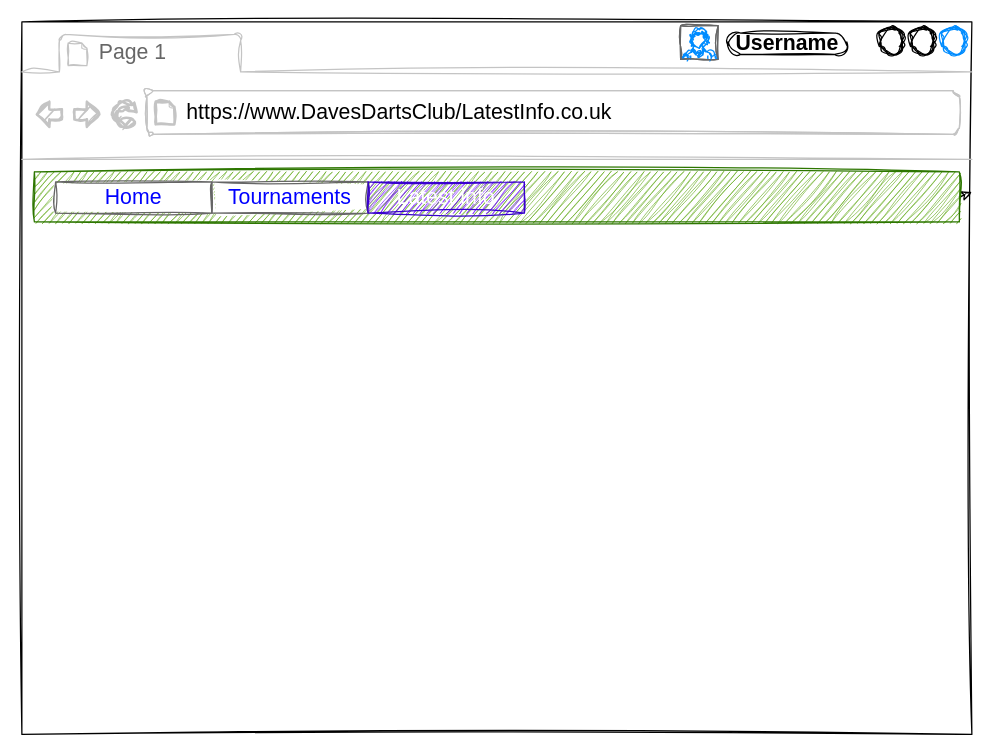
Before: page "Latest info" (4 of 5) of docs/Design.drawio in davechampion-dev/DavesDartsClub, a draw.io diagram. Source tidied: cells renumbered, new cells numbered last; positions are measured from the earlier drawing's top-left corner, leaving out a move shared by most shapes. Both pictures are drawn from the tidied source at 125%, with x=0, y=0 at pixel (21, 21).
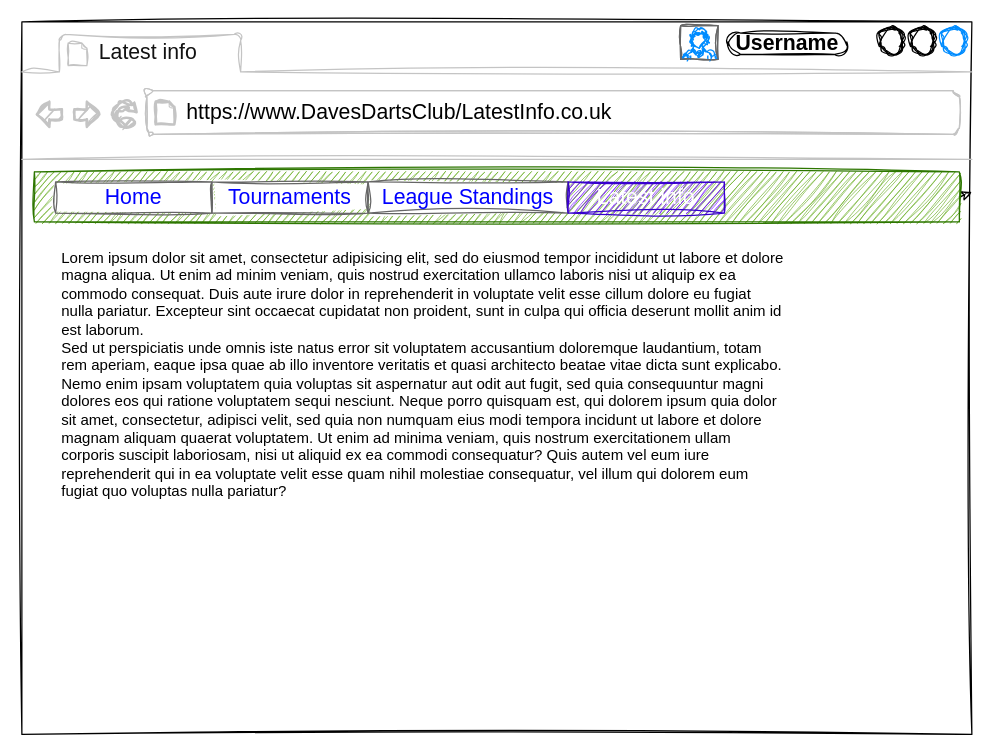
Above is the later version.

Change to the diagram source:
```diff
@@
 <mxGraphModel>
   <root>
     <mxCell id="0" />
     <mxCell id="1" parent="0" />
     <mxCell id="2" style="strokeWidth=1;shadow=0;dashed=0;align=center;html=1;shape=mxgraph.mockup.containers.browserWindow;rSize=0;strokeColor2=#008cff;strokeColor3=#c4c4c4;mainText=,;sketch=1;curveFitting=1;jiggle=2;" parent="1" vertex="1">
       <mxGeometry width="760" height="570" as="geometry" />
     </mxCell>
-    <mxCell id="3" value="Page 1" style="strokeWidth=1;shadow=0;dashed=0;align=center;html=1;shape=mxgraph.mockup.containers.anchor;fontSize=17;fontColor=#666666;align=left;whiteSpace=wrap;sketch=1;curveFitting=1;jiggle=2;" parent="2" vertex="1">
+    <mxCell id="3" value="&lt;span style=&quot;color: rgb(18, 18, 18); text-align: center;&quot;&gt;Latest info&lt;/span&gt;" style="strokeWidth=1;shadow=0;dashed=0;align=center;html=1;shape=mxgraph.mockup.containers.anchor;fontSize=17;fontColor=#666666;align=left;whiteSpace=wrap;sketch=1;curveFitting=1;jiggle=2;" parent="2" vertex="1">
       <mxGeometry x="60" y="12" width="110" height="26" as="geometry" />
     </mxCell>
     <mxCell id="4" value="&lt;font style=&quot;color: light-dark(rgb(0, 0, 0), rgb(255, 255, 255));&quot;&gt;&lt;span style=&quot;text-align: center; background-color: transparent;&quot;&gt;https://www.DavesDartsClub/LatestInfo&lt;/span&gt;&lt;span style=&quot;text-align: center; background-color: transparent;&quot;&gt;.co.uk&lt;/span&gt;&lt;/font&gt;" style="strokeWidth=1;shadow=0;dashed=0;align=center;html=1;shape=mxgraph.mockup.containers.anchor;rSize=0;fontSize=17;fontColor=#666666;align=left;sketch=1;curveFitting=1;jiggle=2;" parent="2" vertex="1">
       <mxGeometry x="130" y="60" width="370" height="26" as="geometry" />
     </mxCell>
     <mxCell id="5" style="verticalLabelPosition=bottom;shadow=0;dashed=0;align=center;html=1;verticalAlign=top;strokeWidth=1;shape=mxgraph.mockup.containers.userMale;strokeColor=#666666;strokeColor2=#008cff;sketch=1;curveFitting=1;jiggle=2;" parent="2" vertex="1">
       <mxGeometry x="527" y="3" width="30" height="27" as="geometry" />
     </mxCell>
     <mxCell id="6" style="edgeStyle=none;html=1;exitX=1;exitY=0.5;exitDx=0;exitDy=0;sketch=1;curveFitting=1;jiggle=2;" parent="2" edge="1" source="7" target="2">
       <mxGeometry relative="1" as="geometry" />
     </mxCell>
     <mxCell id="7" style="rounded=0;whiteSpace=wrap;html=1;fillColor=#60a917;fontColor=#ffffff;strokeColor=#2D7600;sketch=1;curveFitting=1;jiggle=2;" parent="2" vertex="1">
       <mxGeometry x="10" y="120" width="740" height="40" as="geometry" />
     </mxCell>
     <mxCell id="8" value="Username" style="strokeWidth=1;shadow=0;dashed=0;align=center;html=1;shape=mxgraph.mockup.buttons.button;mainText=;buttonStyle=round;fontSize=17;fontStyle=1;whiteSpace=wrap;sketch=1;curveFitting=1;jiggle=2;" parent="2" vertex="1">
       <mxGeometry x="565" y="9" width="95" height="17" as="geometry" />
     </mxCell>
     <mxCell id="9" style="swimlane;shape=mxgraph.bootstrap.anchor;strokeColor=#666666;fillColor=#ffffff;fontColor=#0000FF;fontStyle=0;horizontal=0;startSize=0;whiteSpace=wrap;html=1;sketch=1;curveFitting=1;jiggle=2;" parent="2" vertex="1">
-      <mxGeometry x="27" y="128" width="375" height="25" as="geometry" />
+      <mxGeometry x="27" y="128" width="535" height="25" as="geometry" />
     </mxCell>
     <mxCell id="10" value="Home" style="text;strokeColor=inherit;align=center;verticalAlign=middle;spacingLeft=10;spacingRight=10;overflow=hidden;whiteSpace=wrap;html=1;fillColor=inherit;fontColor=inherit;fontSize=17;sketch=1;curveFitting=1;jiggle=2;" parent="9" vertex="1">
       <mxGeometry width="125" height="25" as="geometry" />
     </mxCell>
     <mxCell id="11" value="Tournaments" style="text;strokeColor=inherit;align=center;verticalAlign=middle;spacingLeft=10;spacingRight=10;overflow=hidden;whiteSpace=wrap;html=1;fillColor=inherit;fontColor=inherit;fontSize=17;sketch=1;curveFitting=1;jiggle=2;" parent="9" vertex="1">
       <mxGeometry x="125" width="125" height="25" as="geometry" />
     </mxCell>
+    <mxCell id="13" value="League Standings" style="text;strokeColor=inherit;align=center;verticalAlign=middle;spacingLeft=10;spacingRight=10;overflow=hidden;whiteSpace=wrap;html=1;fillColor=inherit;fontColor=inherit;fontSize=17;sketch=1;curveFitting=1;jiggle=2;" parent="9" vertex="1">
+      <mxGeometry x="250" width="160" height="25" as="geometry" />
+    </mxCell>
-    <mxCell id="12" value="Latest info" style="text;strokeColor=#3700CC;align=center;verticalAlign=middle;spacingLeft=10;spacingRight=10;overflow=hidden;whiteSpace=wrap;html=1;fillColor=#6a00ff;fontColor=#ffffff;fontSize=17;sketch=1;curveFitting=1;jiggle=2;" parent="9" vertex="1">
-      <mxGeometry x="250" width="125" height="25" as="geometry" />
+    <mxCell id="12" value="Latest info" style="text;strokeColor=#3700CC;align=center;verticalAlign=middle;spacingLeft=10;spacingRight=10;overflow=hidden;whiteSpace=wrap;html=1;fillColor=#6a00ff;fontColor=light-dark(#ffffff, #fbf3f3);fontSize=17;sketch=1;curveFitting=1;jiggle=2;" parent="9" vertex="1">
+      <mxGeometry x="410" width="125" height="25" as="geometry" />
     </mxCell>
+    <mxCell id="14" value="Lorem ipsum dolor sit amet, consectetur adipisicing elit, sed do eiusmod tempor incididunt ut labore et dolore magna aliqua. Ut enim ad minim veniam, quis nostrud exercitation ullamco laboris nisi ut aliquip ex ea commodo consequat. Duis aute irure dolor in reprehenderit in voluptate velit esse cillum dolore eu fugiat nulla pariatur. Excepteur sint occaecat cupidatat non proident, sunt in culpa qui officia deserunt mollit anim id est laborum.&#10;Sed ut perspiciatis unde omnis iste natus error sit voluptatem accusantium doloremque laudantium, totam rem aperiam, eaque ipsa quae ab illo inventore veritatis et quasi architecto beatae vitae dicta sunt explicabo. Nemo enim ipsam voluptatem quia voluptas sit aspernatur aut odit aut fugit, sed quia consequuntur magni dolores eos qui ratione voluptatem sequi nesciunt. Neque porro quisquam est, qui dolorem ipsum quia dolor sit amet, consectetur, adipisci velit, sed quia non numquam eius modi tempora incidunt ut labore et dolore magnam aliquam quaerat voluptatem. Ut enim ad minima veniam, quis nostrum exercitationem ullam corporis suscipit laboriosam, nisi ut aliquid ex ea commodi consequatur? Quis autem vel eum iure reprehenderit qui in ea voluptate velit esse quam nihil molestiae consequatur, vel illum qui dolorem eum fugiat quo voluptas nulla pariatur?" style="text;spacingTop=-5;whiteSpace=wrap;html=1;align=left;fontSize=12;fontFamily=Helvetica;fillColor=none;strokeColor=none;" parent="2" vertex="1">
+      <mxGeometry x="30" y="180" width="580" height="220" as="geometry" />
+    </mxCell>
   </root>
 </mxGraphModel>
```
